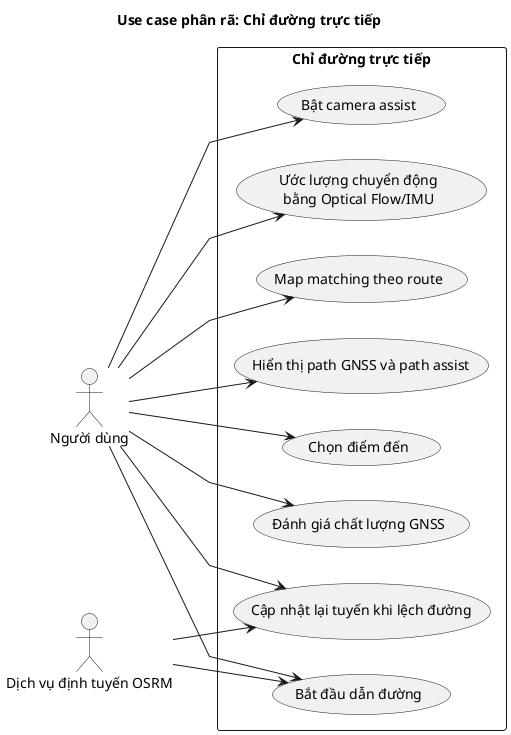
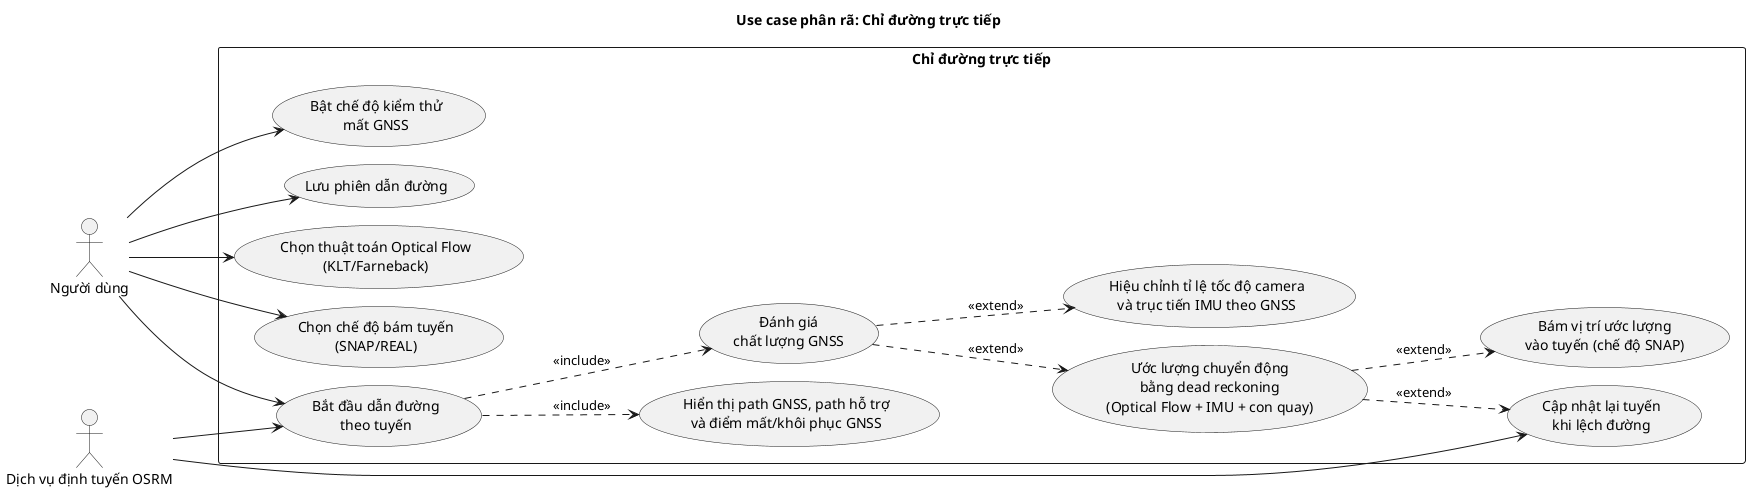
@startuml usecase_chi_duong_truc_tiep
skinparam defaultFontName "Times New Roman"
- skinparam linetype polyline
left to right direction
+ skinparam packageStyle rectangle
+ skinparam nodesep 18
+ skinparam ranksep 55
title Use case phân rã: Chỉ đường trực tiếp

actor "Người dùng" as User
actor "Dịch vụ định tuyến OSRM" as OSRM

rectangle "Chỉ đường trực tiếp" {
-   usecase "Chọn điểm đến" as U1
-   usecase "Bắt đầu dẫn đường" as U2
-   usecase "Đánh giá chất lượng GNSS" as U3
-   usecase "Bật camera assist" as U4
-   usecase "Ước lượng chuyển động\nbằng Optical Flow/IMU" as U5
-   usecase "Map matching theo route" as U6
-   usecase "Cập nhật lại tuyến khi lệch đường" as U7
-   usecase "Hiển thị path GNSS và path assist" as U8
+ 
+   usecase "Bắt đầu dẫn đường\ntheo tuyến" as UC_Start
+   usecase "Chọn thuật toán Optical Flow\n(KLT/Farneback)" as UC_Algo
+   usecase "Chọn chế độ bám tuyến\n(SNAP/REAL)" as UC_Snap
+   usecase "Bật chế độ kiểm thử\nmất GNSS" as UC_Test
+   usecase "Lưu phiên dẫn đường" as UC_Save
+ 
+   usecase "Đánh giá\nchất lượng GNSS" as UC_Gnss
+   usecase "Hiệu chỉnh tỉ lệ tốc độ camera\nvà trục tiến IMU theo GNSS" as UC_Calib
+   usecase "Ước lượng chuyển động\nbằng dead reckoning\n(Optical Flow + IMU + con quay)" as UC_DR
+   usecase "Bám vị trí ước lượng\nvào tuyến (chế độ SNAP)" as UC_Lock
+   usecase "Cập nhật lại tuyến\nkhi lệch đường" as UC_Reroute
+   usecase "Hiển thị path GNSS, path hỗ trợ\nvà điểm mất/khôi phục GNSS" as UC_Draw
}

- User --> U1
- User --> U2
- User --> U3
- User --> U4
- User --> U5
- User --> U6
- User --> U7
- User --> U8
- OSRM --> U2
- OSRM --> U7
+ User --> UC_Start
+ User --> UC_Algo
+ User --> UC_Snap
+ User --> UC_Test
+ User --> UC_Save
+ 
+ UC_Start ..> UC_Gnss : <<include>>
+ UC_Start ..> UC_Draw : <<include>>
+ UC_Gnss ..> UC_Calib : <<extend>>
+ UC_Gnss ..> UC_DR : <<extend>>
+ UC_DR ..> UC_Lock : <<extend>>
+ UC_DR ..> UC_Reroute : <<extend>>
+ 
+ OSRM --> UC_Start
+ OSRM --> UC_Reroute
@enduml
